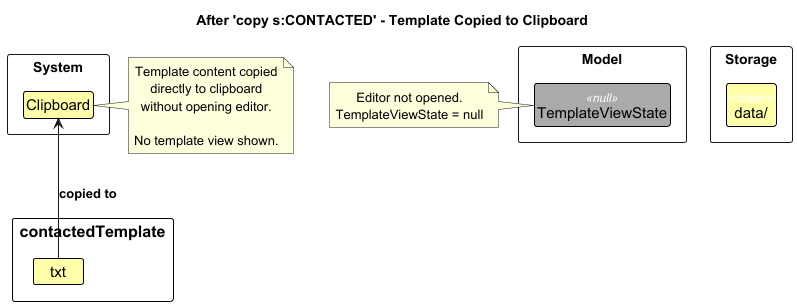
pohanson/tp keeps this PlantUML diagram as docs/images/TemplateState4.png. Above is the earlier version.
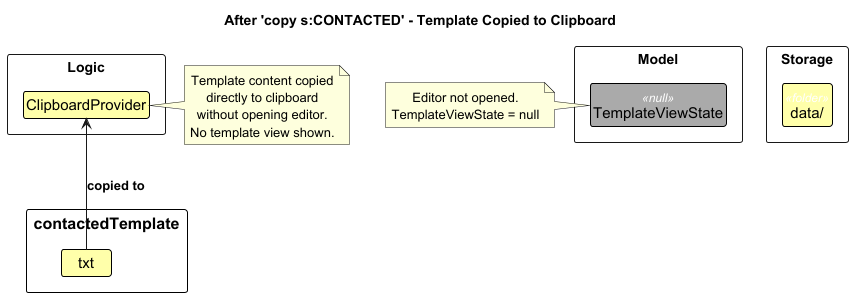
The same file after the commit.

Diff of the diagram source:
```diff
@@ -11,8 +11,8 @@
     class TemplateViewState <<null>> #AAAAAA
 }
 
-package "System" <<Rectangle>> {
-    class Clipboard {
+package "Logic" <<Rectangle>> {
+    class ClipboardProvider {
         Content: "Dear esteemed client,\n..."
     }
 }
@@ -28,13 +28,12 @@
     }
 }
 
-"contactedTemplate.txt" -up-> Clipboard : copied to
+"contactedTemplate.txt" -up-> ClipboardProvider : copied to
 
-note right of Clipboard
+note right of ClipboardProvider
   Template content copied
   directly to clipboard
   without opening editor.
-
   No template view shown.
 end note
 
```
